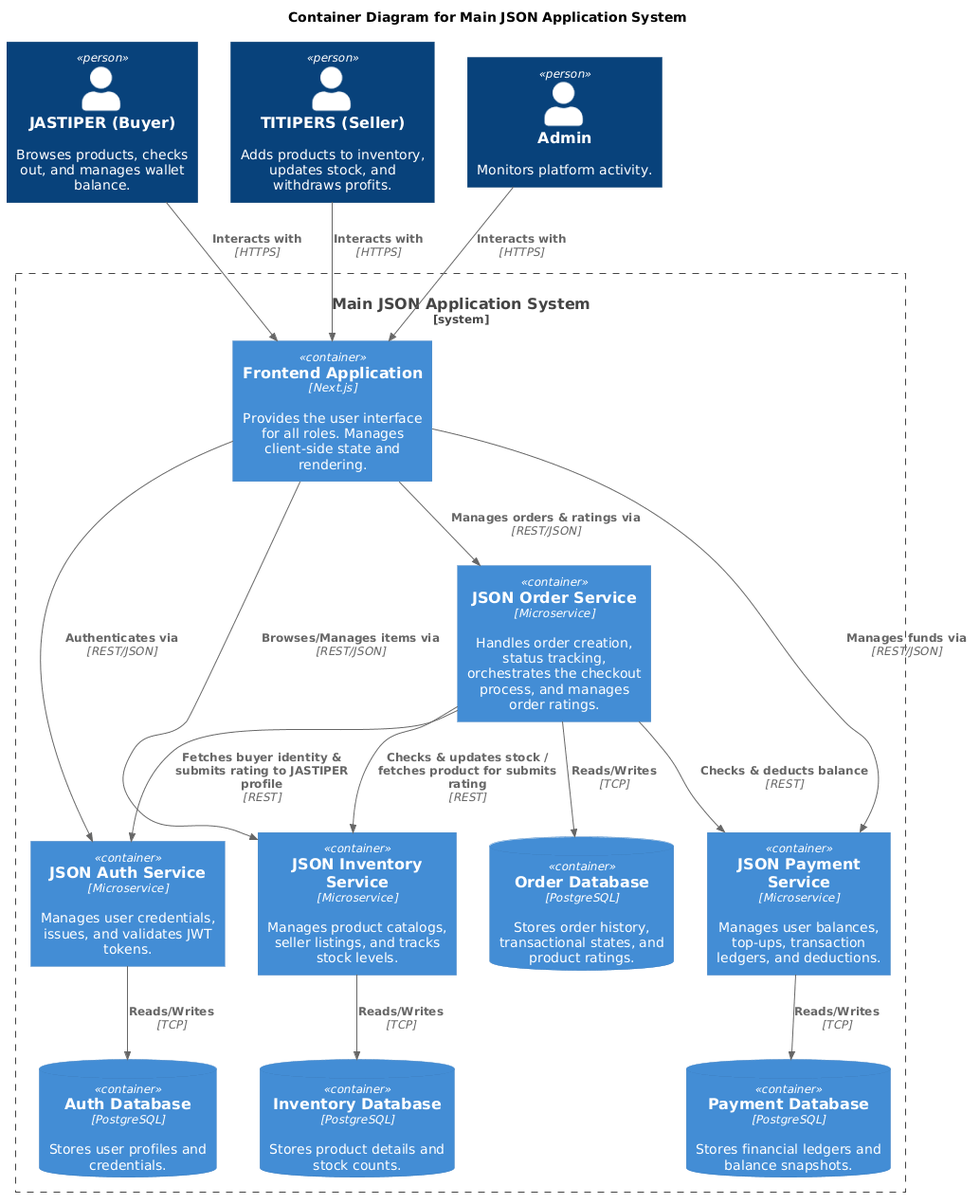
The PlantUML diagram profile/current_container_diagram.png in advprog-2026-B18-project/.github, before a commit.
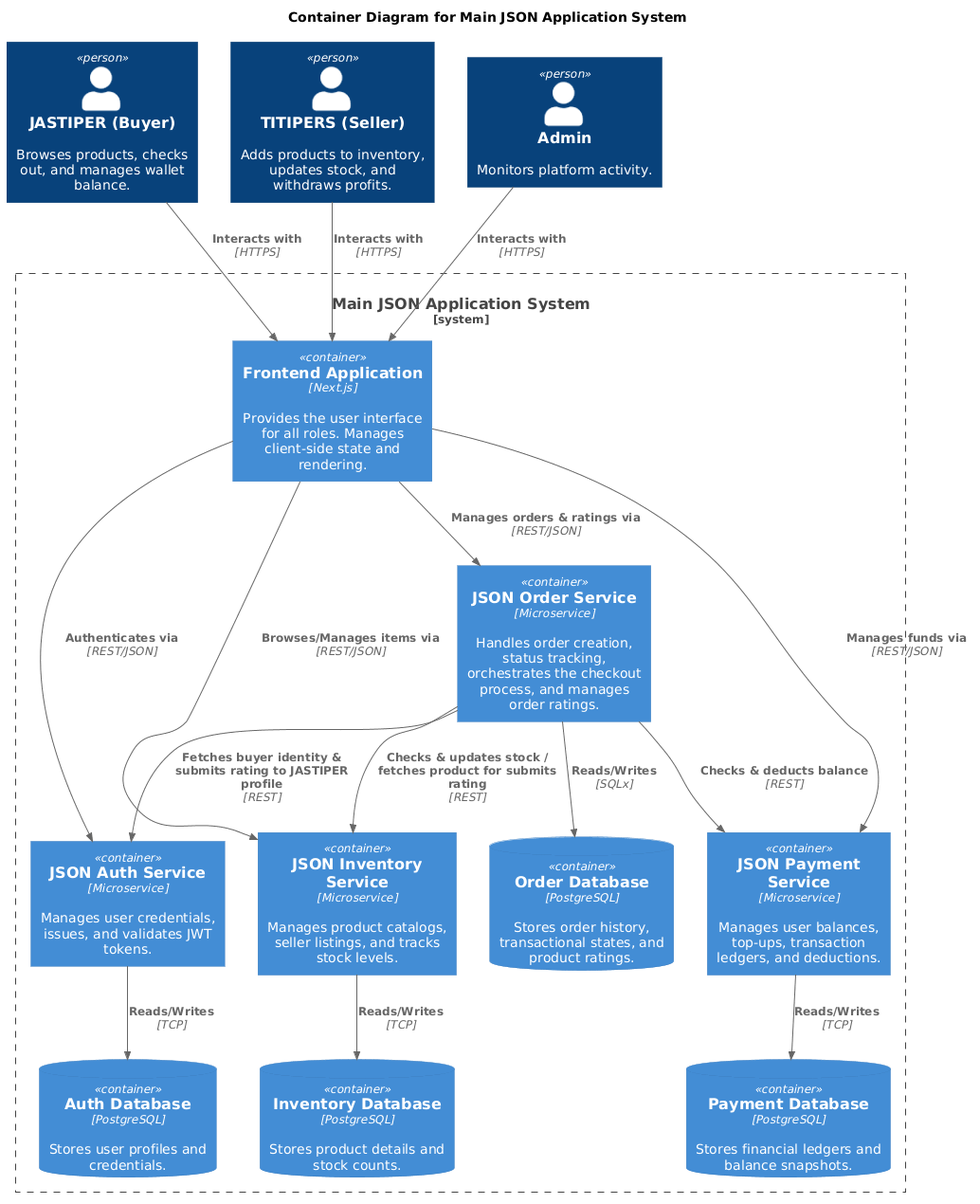
The same file after the commit.

Commit message:
1. Update current architecture of the group B18, the container diagram

The edit, as a diff of the source:
```diff
@@ -26,7 +26,7 @@
 Rel(order_service, inventory_service, "Checks & updates stock / fetches product for submits rating", "REST")
 Rel(order_service, auth_service, "Fetches buyer identity & submits rating to JASTIPER profile", "REST")
 Rel(auth_service, db_auth, "Reads/Writes", "TCP")
-Rel(order_service, db_order, "Reads/Writes", "TCP")
+Rel(order_service, db_order, "Reads/Writes", "SQLx")
 Rel(inventory_service, db_inventory, "Reads/Writes", "TCP")
 Rel(payment_service, db_payment, "Reads/Writes", "TCP")
 @enduml
```
